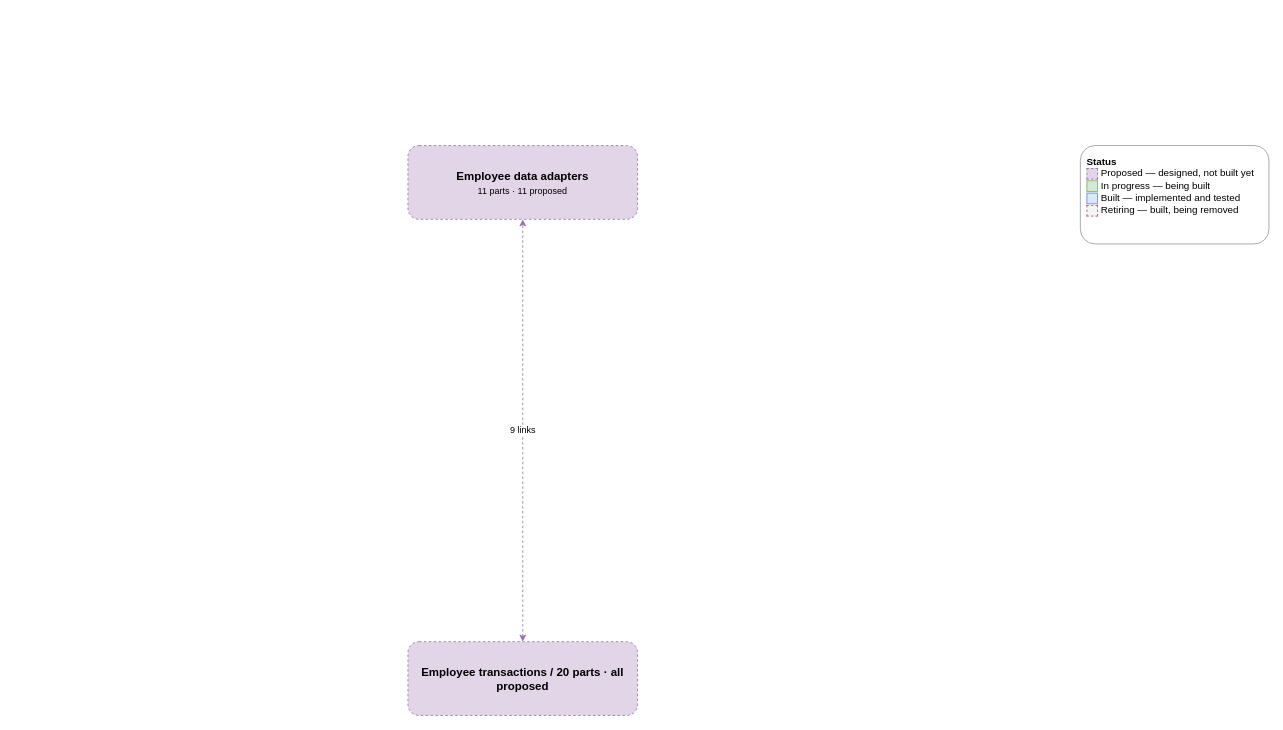
garyscarter-ibm/vehicle-matcher keeps this draw.io diagram as page "03 Employee data and actions" (4 of 15) of docs/design/high-level-design.drawio. Above is the earlier version. Source tidied: cells renumbered, new cells numbered last; positions are measured from the earlier drawing's top-left corner, leaving out a move shared by most shapes. Both pictures are drawn from the tidied source at 82%, with x=0, y=0 at pixel (408, 145).
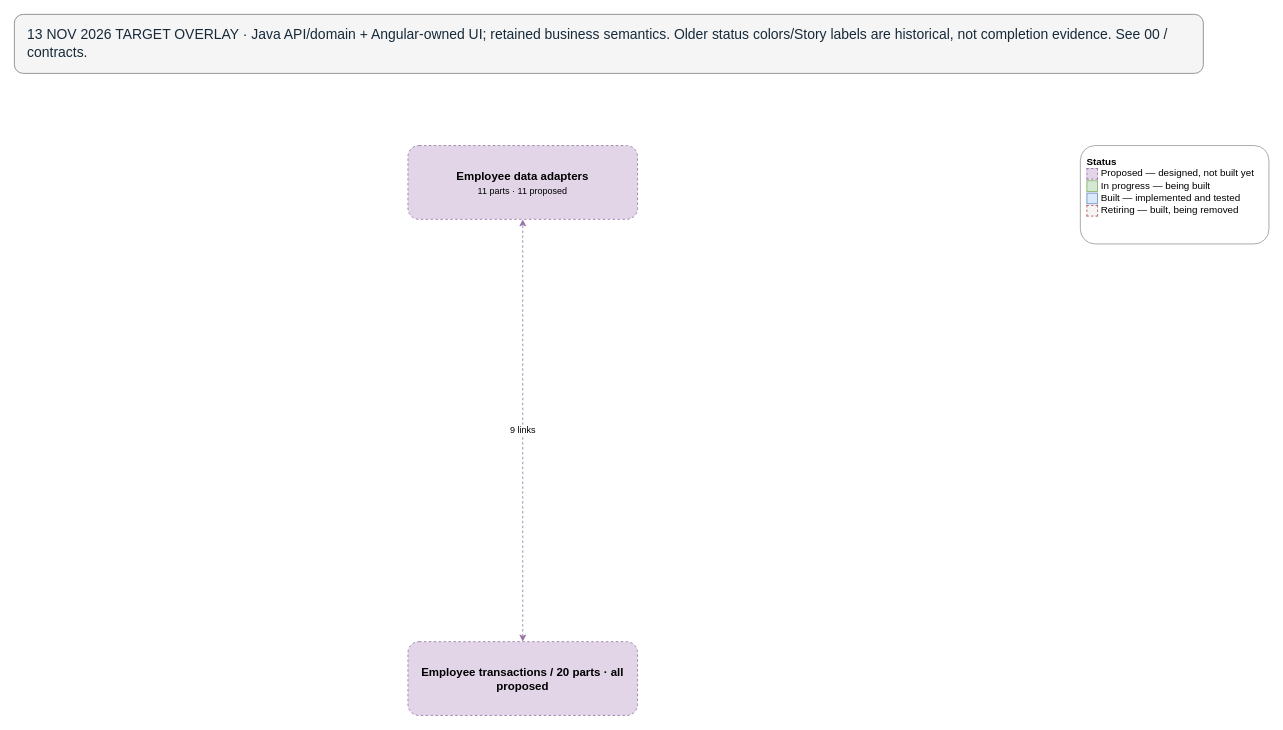
Above is the later version.

Change to the diagram source:
```diff
@@
 <mxGraphModel>
   <root>
     <mxCell id="0" />
     <mxCell id="1" parent="0" />
     <mxCell id="2" value="Employee data adapters&lt;br&gt;&lt;span style=&quot;font-weight:normal;font-size:11px&quot;&gt;11 parts · 11 proposed&lt;/span&gt;" style="rounded=1;whiteSpace=wrap;html=1;strokeColor=#9673a6;fillColor=#e1d5e7;fontStyle=1;fontSize=14;dashed=1;" parent="1" vertex="1">
       <mxGeometry width="280" height="90" as="geometry" />
     </mxCell>
     <mxCell id="3" value="Employee transactions / 20 parts · all proposed" style="rounded=1;whiteSpace=wrap;html=1;strokeColor=#9673a6;fillColor=#e1d5e7;fontStyle=1;fontSize=14;dashed=1;" parent="1" vertex="1">
       <mxGeometry y="605" width="280" height="90" as="geometry" />
     </mxCell>
     <mxCell id="4" value="9 links" style="rounded=0;html=1;strokeColor=#9673a6;labelBackgroundColor=#ffffff;fontSize=11;startArrow=classic;endArrow=classic;dashed=1;" parent="1" edge="1" source="3" target="2">
       <mxGeometry relative="1" as="geometry" />
     </mxCell>
     <mxCell id="5" value="&lt;b&gt;Status&lt;/b&gt;&lt;br&gt;&lt;span style=&quot;display:inline-block;width:12px;height:12px;background:#e1d5e7;border:1px dashed #9673a6;vertical-align:middle;&quot;&gt;&lt;/span&gt;&amp;nbsp;Proposed — designed, not built yet&lt;br&gt;&lt;span style=&quot;display:inline-block;width:12px;height:12px;background:#d5e8d4;border:1px solid #82b366;vertical-align:middle;&quot;&gt;&lt;/span&gt;&amp;nbsp;In progress — being built&lt;br&gt;&lt;span style=&quot;display:inline-block;width:12px;height:12px;background:#dae8fc;border:1px solid #6c8ebf;vertical-align:middle;&quot;&gt;&lt;/span&gt;&amp;nbsp;Built — implemented and tested&lt;br&gt;&lt;span style=&quot;display:inline-block;width:12px;height:12px;background:#f5f5f5;border:1px dashed #b85450;vertical-align:middle;&quot;&gt;&lt;/span&gt;&amp;nbsp;Retiring — built, being removed" style="text;html=1;align=left;verticalAlign=top;spacing=8;rounded=1;fillColor=#ffffff;strokeColor=#999999;" parent="1" vertex="1">
       <mxGeometry x="820" width="230" height="120" as="geometry" />
     </mxCell>
+    <mxCell id="6" value="13 NOV 2026 TARGET OVERLAY · Java API/domain + Angular-owned UI; retained business semantics. Older status colors/Story labels are historical, not completion evidence. See 00 / contracts." style="rounded=1;whiteSpace=wrap;html=1;fillColor=#f5f5f5;strokeColor=#808080;fontColor=#172a3a;align=left;verticalAlign=middle;spacing=16;fontSize=17;" parent="1" vertex="1">
+      <mxGeometry x="-480" y="-160" width="1450" height="72" as="geometry" />
+    </mxCell>
   </root>
 </mxGraphModel>
```
